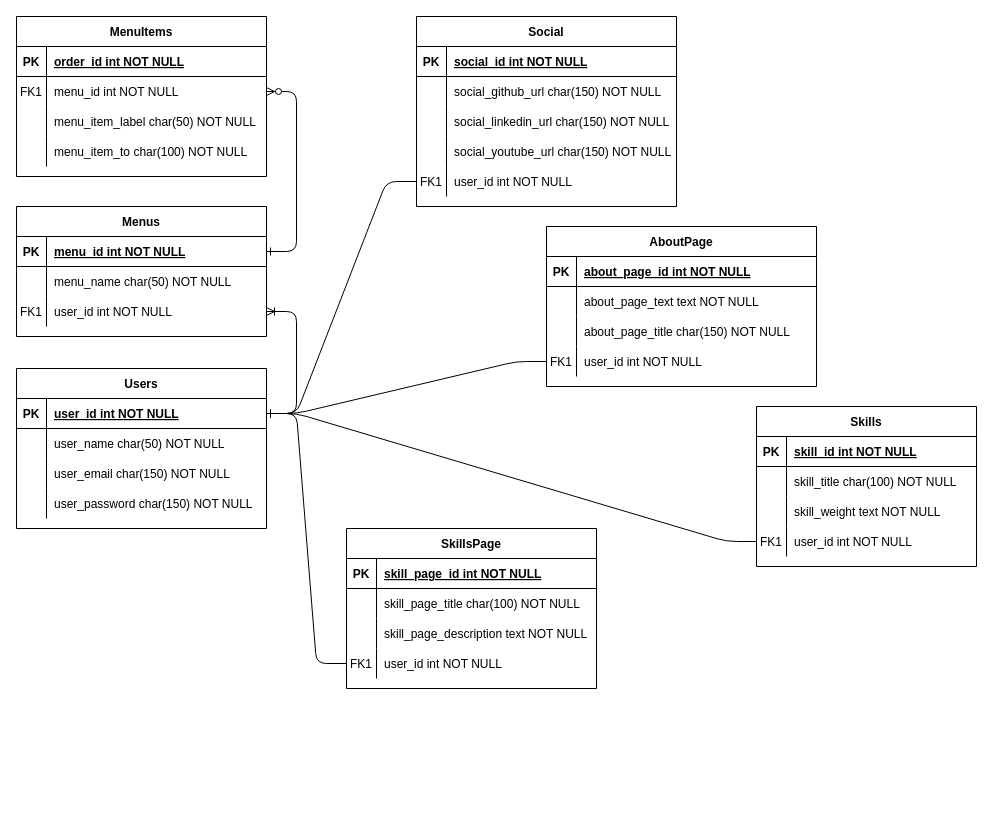
Above: ikatoo.drawio in mckatoo/clean-arch-fullcycle (draw.io), before the change. Source tidied: cells renumbered, new cells numbered last; positions are measured from the earlier drawing's top-left corner, leaving out a move shared by most shapes. Both pictures are drawn from the tidied source at 100%, with x=0, y=0 at pixel (16, 16).
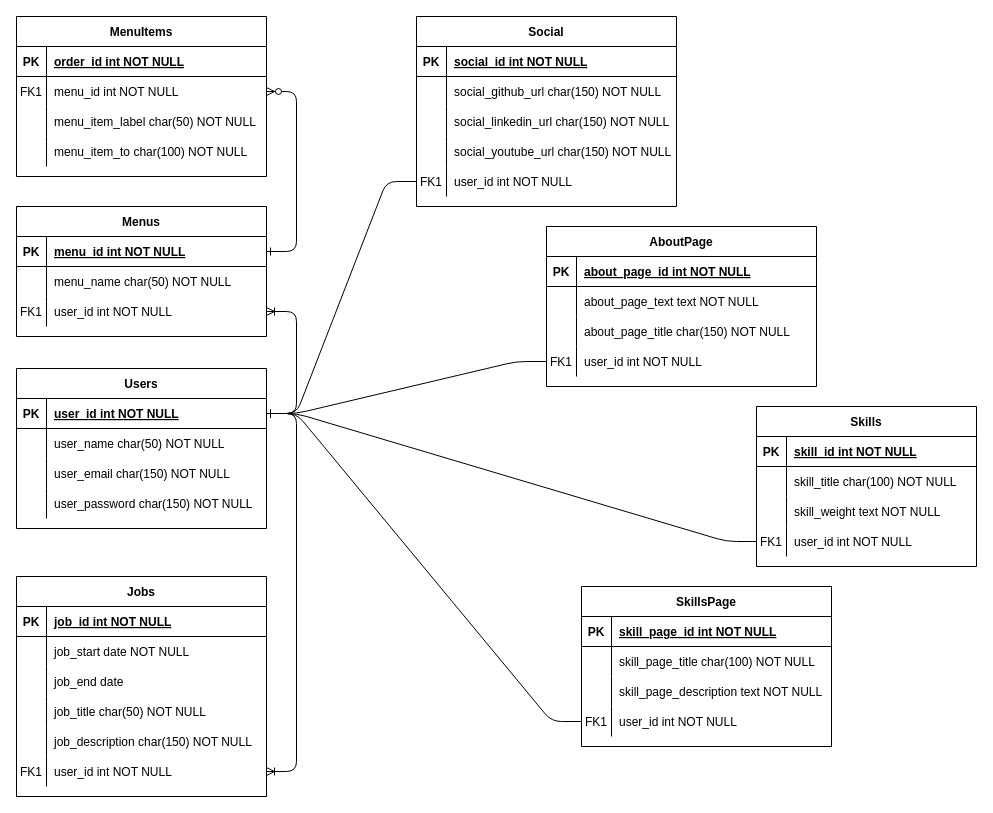
The same page after the edit.

Commit message:
Add jobs entity with relationship on user entity

The change refers to these unchanged cells:
```xml
<mxCell id="43" style="shape=partialRectangle;fillColor=none;points=[[0,0.5],[1,0.5]];portConstraint=eastwest;top=0;left=0;right=0;bottom=1;" parent="42" vertex="1">
  <mxGeometry y="30" width="250" height="30" as="geometry" />
</mxCell>
```

What changed in the source:
```diff
@@
     <mxCell id="84" value="SkillsPage" style="shape=table;startSize=30;childLayout=tableLayout;rowLines=0;fontStyle=1;align=center;" parent="1" vertex="1">
-      <mxGeometry x="330" y="512" width="250" height="160" as="geometry" />
+      <mxGeometry x="565" y="570" width="250" height="160" as="geometry" />
     </mxCell>
@@
+    <mxCell id="99" value="Jobs" style="shape=table;startSize=30;childLayout=tableLayout;rowLines=0;fontStyle=1;align=center;" parent="1" vertex="1">
+      <mxGeometry y="560" width="250" height="220" as="geometry" />
+    </mxCell>
+    <mxCell id="100" style="shape=tableRow;horizontal=0;startSize=0;swimlaneHead=0;swimlaneBody=0;fillColor=none;top=0;left=0;right=0;bottom=1;" parent="99" vertex="1">
+      <mxGeometry y="30" width="250" height="30" as="geometry" />
+    </mxCell>
+    <mxCell id="101" value="PK" style="shape=partialRectangle;fillColor=none;top=0;left=0;bottom=0;right=0;fontStyle=1;overflow=hidden;" parent="100" vertex="1">
+      <mxGeometry width="30" height="30" as="geometry" />
+    </mxCell>
+    <mxCell id="102" value="job_id int NOT NULL" style="shape=partialRectangle;fillColor=none;top=0;left=0;bottom=0;right=0;align=left;spacingLeft=6;fontStyle=5;overflow=hidden;" parent="100" vertex="1">
+      <mxGeometry x="30" width="220" height="30" as="geometry" />
+    </mxCell>
+    <mxCell id="103" style="shape=tableRow;horizontal=0;startSize=0;swimlaneHead=0;swimlaneBody=0;fillColor=none;top=0;left=0;right=0;bottom=0;" parent="99" vertex="1">
+      <mxGeometry y="60" width="250" height="30" as="geometry" />
+    </mxCell>
+    <mxCell id="104" style="shape=partialRectangle;fillColor=none;top=0;left=0;bottom=0;right=0;overflow=hidden;" parent="103" vertex="1">
+      <mxGeometry width="30" height="30" as="geometry" />
+    </mxCell>
+    <mxCell id="105" value="job_start date NOT NULL" style="shape=partialRectangle;fillColor=none;top=0;left=0;bottom=0;right=0;align=left;spacingLeft=6;overflow=hidden;" parent="103" vertex="1">
+      <mxGeometry x="30" width="220" height="30" as="geometry" />
+    </mxCell>
+    <mxCell id="106" style="shape=tableRow;horizontal=0;startSize=0;swimlaneHead=0;swimlaneBody=0;fillColor=none;top=0;left=0;right=0;bottom=0;" parent="99" vertex="1">
+      <mxGeometry y="90" width="250" height="30" as="geometry" />
+    </mxCell>
+    <mxCell id="107" style="shape=partialRectangle;fillColor=none;top=0;left=0;bottom=0;right=0;overflow=hidden;" parent="106" vertex="1">
+      <mxGeometry width="30" height="30" as="geometry" />
+    </mxCell>
+    <mxCell id="108" value="job_end date" style="shape=partialRectangle;fillColor=none;top=0;left=0;bottom=0;right=0;align=left;spacingLeft=6;overflow=hidden;" parent="106" vertex="1">
+      <mxGeometry x="30" width="220" height="30" as="geometry" />
+    </mxCell>
+    <mxCell id="109" style="shape=tableRow;horizontal=0;startSize=0;swimlaneHead=0;swimlaneBody=0;fillColor=none;top=0;left=0;right=0;bottom=0;" parent="99" vertex="1">
+      <mxGeometry y="120" width="250" height="30" as="geometry" />
+    </mxCell>
+    <mxCell id="110" style="shape=partialRectangle;fillColor=none;top=0;left=0;bottom=0;right=0;overflow=hidden;" parent="109" vertex="1">
+      <mxGeometry width="30" height="30" as="geometry" />
+    </mxCell>
+    <mxCell id="111" value="job_title char(50) NOT NULL" style="shape=partialRectangle;fillColor=none;top=0;left=0;bottom=0;right=0;align=left;spacingLeft=6;overflow=hidden;" parent="109" vertex="1">
+      <mxGeometry x="30" width="220" height="30" as="geometry" />
+    </mxCell>
+    <mxCell id="112" style="shape=tableRow;horizontal=0;startSize=0;swimlaneHead=0;swimlaneBody=0;fillColor=none;top=0;left=0;right=0;bottom=0;" parent="99" vertex="1">
+      <mxGeometry y="150" width="250" height="30" as="geometry" />
+    </mxCell>
+    <mxCell id="113" style="shape=partialRectangle;fillColor=none;top=0;left=0;bottom=0;right=0;overflow=hidden;" parent="112" vertex="1">
+      <mxGeometry width="30" height="30" as="geometry" />
+    </mxCell>
+    <mxCell id="114" value="job_description char(150) NOT NULL" style="shape=partialRectangle;fillColor=none;top=0;left=0;bottom=0;right=0;align=left;spacingLeft=6;overflow=hidden;" parent="112" vertex="1">
+      <mxGeometry x="30" width="220" height="30" as="geometry" />
+    </mxCell>
+    <mxCell id="115" style="shape=tableRow;horizontal=0;startSize=0;swimlaneHead=0;swimlaneBody=0;fillColor=none;points=[[0,0.5],[1,0.5]];portConstraint=eastwest;top=0;left=0;right=0;bottom=0;" parent="99" vertex="1">
+      <mxGeometry y="180" width="250" height="30" as="geometry" />
+    </mxCell>
+    <mxCell id="116" value="FK1" style="shape=partialRectangle;fillColor=none;top=0;left=0;bottom=0;right=0;overflow=hidden;" parent="115" vertex="1">
+      <mxGeometry width="30" height="30" as="geometry" />
+    </mxCell>
+    <mxCell id="117" value="user_id int NOT NULL" style="shape=partialRectangle;fillColor=none;top=0;left=0;bottom=0;right=0;align=left;spacingLeft=6;overflow=hidden;" parent="115" vertex="1">
+      <mxGeometry x="30" width="220" height="30" as="geometry" />
+    </mxCell>
+    <mxCell id="118" style="edgeStyle=entityRelationEdgeStyle;fontSize=12;html=1;endArrow=ERoneToMany;" parent="1" edge="1" source="43" target="115">
+      <mxGeometry relative="1" as="geometry" />
+    </mxCell>
```
